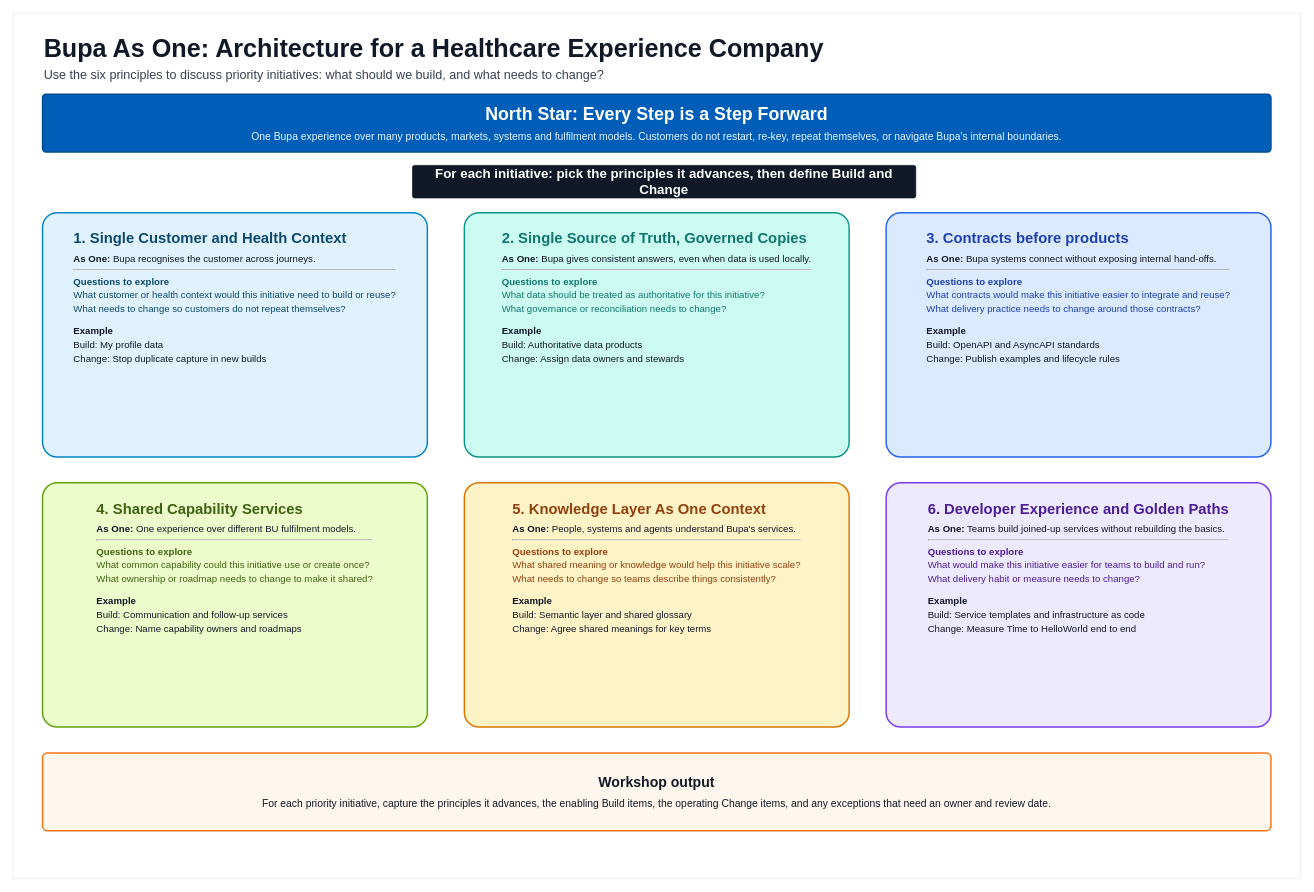
danielcjohnson/bupa-it-strategy-session-1 keeps this draw.io diagram as bupa-it-strategy-six-requirements-build-do-v5.drawio. Above is the earlier version. Source tidied: cells renumbered, new cells numbered last; positions are measured from the earlier drawing's top-left corner, leaving out a move shared by most shapes. Both pictures are drawn from the tidied source at 74%, with x=0, y=0 at pixel (13, 13).
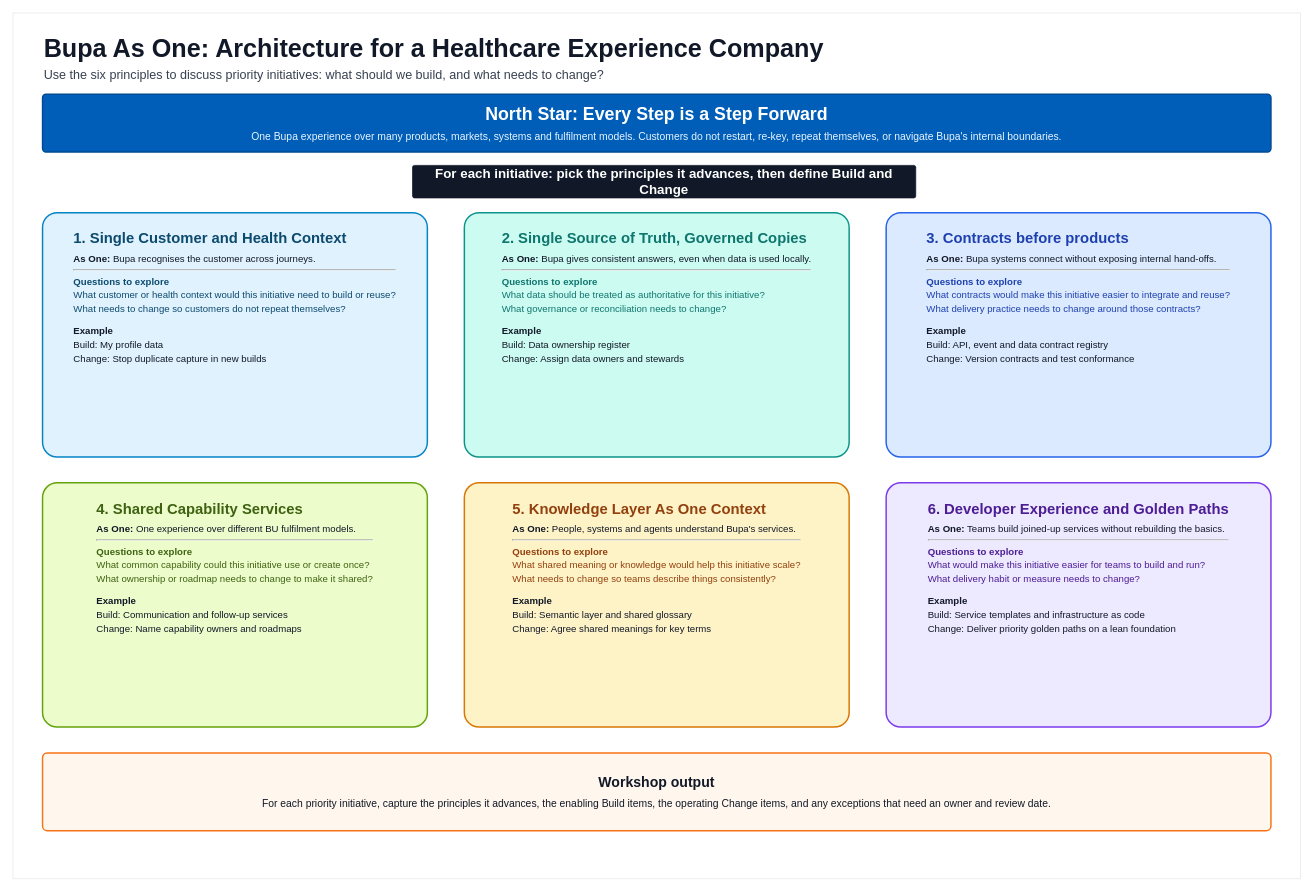
The same page after the edit.

Change to the diagram source:
```diff
@@
 <mxGraphModel>
   <root>
     <mxCell id="0" />
     <mxCell id="1" parent="0" />
     <mxCell id="2" style="rounded=0;whiteSpace=wrap;html=1;fillColor=#ffffff;strokeColor=#E5E7EB;strokeWidth=1;" parent="1" vertex="1">
       <mxGeometry width="1740" height="1170" as="geometry" />
     </mxCell>
     <mxCell id="3" value="&lt;div style=&quot;font-size: 34px; font-weight: 700; color: rgb(17, 24, 39);&quot;&gt;Bupa As One: Architecture for a Healthcare Experience Company&lt;/div&gt;&lt;div style=&quot;font-size: 17px; color: rgb(55, 65, 81); margin-top: 6px;&quot;&gt;Use the six principles to discuss priority initiatives: what should we build, and what needs to change?&lt;/div&gt;" style="text;html=1;strokeColor=none;fillColor=none;align=left;verticalAlign=middle;whiteSpace=wrap;rounded=0;" parent="1" vertex="1">
       <mxGeometry x="40" y="25" width="1250" height="72" as="geometry" />
     </mxCell>
     <mxCell id="4" value="&lt;div style=&quot;font-size: 24px; font-weight: 700; color: rgb(255,255,255);&quot;&gt;North Star: Every Step is a Step Forward&lt;/div&gt;&lt;div style=&quot;font-size: 14px; color: rgb(231,245,255); margin-top: 7px;&quot;&gt;One Bupa experience over many products, markets, systems and fulfilment models. Customers do not restart, re-key, repeat themselves, or navigate Bupa's internal boundaries.&lt;/div&gt;" style="rounded=1;whiteSpace=wrap;html=1;align=center;verticalAlign=middle;fillColor=#005EB8;strokeColor=#004B93;strokeWidth=2;arcSize=6;" parent="1" vertex="1">
       <mxGeometry x="40" y="110" width="1660" height="78" as="geometry" />
     </mxCell>
     <mxCell id="5" value="For each initiative: pick the principles it advances, then define Build and Change" style="rounded=1;whiteSpace=wrap;html=1;align=center;verticalAlign=middle;fontSize=18;fontStyle=1;fillColor=#111827;strokeColor=#111827;strokeWidth=1;fontColor=#FFFFFF;arcSize=6;" parent="1" vertex="1">
       <mxGeometry x="540" y="206" width="680" height="44" as="geometry" />
     </mxCell>
     <mxCell id="6" value="&lt;div style=&quot;font-size: 20px; font-weight: 700; color: rgb(12, 74, 110); text-align: left;&quot;&gt;1. Single Customer and Health Context&lt;/div&gt;&lt;div style=&quot;font-size: 13px; color: rgb(17, 24, 39); margin-top: 8px; text-align: left;&quot;&gt;&lt;b&gt;As One:&lt;/b&gt; Bupa recognises the customer across journeys.&lt;/div&gt;&lt;hr&gt;&lt;div style=&quot;font-size: 13px; color: rgb(12, 74, 110); text-align: left; line-height: 1.45;&quot;&gt;&lt;b&gt;Questions to explore&lt;/b&gt;&lt;br&gt;What customer or health context would this initiative need to build or reuse?&lt;br&gt;What needs to change so customers do not repeat themselves?&lt;/div&gt;&lt;div style=&quot;font-size: 13px; color: rgb(17, 24, 39); text-align: left; line-height: 1.45; margin-top: 10px;&quot;&gt;&lt;b&gt;Example&lt;/b&gt;&lt;br&gt;Build: My profile data&lt;br&gt;Change: Stop duplicate capture in new builds&lt;/div&gt;" style="rounded=1;whiteSpace=wrap;html=1;align=center;verticalAlign=top;fillColor=#E0F2FE;strokeColor=#0284C7;strokeWidth=2;fontColor=#0F172A;spacing=18;arcSize=6;" parent="1" vertex="1">
       <mxGeometry x="40" y="270" width="520" height="330" as="geometry" />
     </mxCell>
-    <mxCell id="7" value="&lt;div style=&quot;font-size: 20px; font-weight: 700; color: rgb(15, 118, 110); text-align: left;&quot;&gt;2. Single Source of Truth, Governed Copies&lt;/div&gt;&lt;div style=&quot;font-size: 13px; color: rgb(17, 24, 39); margin-top: 8px; text-align: left;&quot;&gt;&lt;b&gt;As One:&lt;/b&gt; Bupa gives consistent answers, even when data is used locally.&lt;/div&gt;&lt;hr&gt;&lt;div style=&quot;font-size: 13px; color: rgb(15, 118, 110); text-align: left; line-height: 1.45;&quot;&gt;&lt;b&gt;Questions to explore&lt;/b&gt;&lt;br&gt;What data should be treated as authoritative for this initiative?&lt;br&gt;What governance or reconciliation needs to change?&lt;/div&gt;&lt;div style=&quot;font-size: 13px; color: rgb(17, 24, 39); text-align: left; line-height: 1.45; margin-top: 10px;&quot;&gt;&lt;b&gt;Example&lt;/b&gt;&lt;br&gt;Build: Authoritative data products&lt;br&gt;Change: Assign data owners and stewards&lt;/div&gt;" style="rounded=1;whiteSpace=wrap;html=1;align=center;verticalAlign=top;fillColor=#CCFBF1;strokeColor=#0D9488;strokeWidth=2;fontColor=#0F172A;spacing=18;arcSize=6;" parent="1" vertex="1">
+    <mxCell id="7" value="&lt;div style=&quot;font-size: 20px; font-weight: 700; color: rgb(15, 118, 110); text-align: left;&quot;&gt;2. Single Source of Truth, Governed Copies&lt;/div&gt;&lt;div style=&quot;font-size: 13px; color: rgb(17, 24, 39); margin-top: 8px; text-align: left;&quot;&gt;&lt;b&gt;As One:&lt;/b&gt; Bupa gives consistent answers, even when data is used locally.&lt;/div&gt;&lt;hr&gt;&lt;div style=&quot;font-size: 13px; color: rgb(15, 118, 110); text-align: left; line-height: 1.45;&quot;&gt;&lt;b&gt;Questions to explore&lt;/b&gt;&lt;br&gt;What data should be treated as authoritative for this initiative?&lt;br&gt;What governance or reconciliation needs to change?&lt;/div&gt;&lt;div style=&quot;font-size: 13px; color: rgb(17, 24, 39); text-align: left; line-height: 1.45; margin-top: 10px;&quot;&gt;&lt;b&gt;Example&lt;/b&gt;&lt;br&gt;Build: Data ownership register&lt;br&gt;Change: Assign data owners and stewards&lt;/div&gt;" style="rounded=1;whiteSpace=wrap;html=1;align=center;verticalAlign=top;fillColor=#CCFBF1;strokeColor=#0D9488;strokeWidth=2;fontColor=#0F172A;spacing=18;arcSize=6;" parent="1" vertex="1">
       <mxGeometry x="610" y="270" width="520" height="330" as="geometry" />
     </mxCell>
-    <mxCell id="8" value="&lt;div style=&quot;font-size: 20px; font-weight: 700; color: rgb(30, 64, 175); text-align: left;&quot;&gt;3. Contracts before products&lt;/div&gt;&lt;div style=&quot;font-size: 13px; color: rgb(17, 24, 39); margin-top: 8px; text-align: left;&quot;&gt;&lt;b&gt;As One:&lt;/b&gt; Bupa systems connect without exposing internal hand-offs.&lt;/div&gt;&lt;hr&gt;&lt;div style=&quot;font-size: 13px; color: rgb(30, 64, 175); text-align: left; line-height: 1.45;&quot;&gt;&lt;b&gt;Questions to explore&lt;/b&gt;&lt;br&gt;What contracts would make this initiative easier to integrate and reuse?&lt;br&gt;What delivery practice needs to change around those contracts?&lt;/div&gt;&lt;div style=&quot;font-size: 13px; color: rgb(17, 24, 39); text-align: left; line-height: 1.45; margin-top: 10px;&quot;&gt;&lt;b&gt;Example&lt;/b&gt;&lt;br&gt;Build: OpenAPI and AsyncAPI standards&lt;br&gt;Change: Publish examples and lifecycle rules&lt;/div&gt;" style="rounded=1;whiteSpace=wrap;html=1;align=center;verticalAlign=top;fillColor=#DBEAFE;strokeColor=#2563EB;strokeWidth=2;fontColor=#0F172A;spacing=18;arcSize=6;" parent="1" vertex="1">
+    <mxCell id="8" value="&lt;div style=&quot;font-size: 20px; font-weight: 700; color: rgb(30, 64, 175); text-align: left;&quot;&gt;3. Contracts before products&lt;/div&gt;&lt;div style=&quot;font-size: 13px; color: rgb(17, 24, 39); margin-top: 8px; text-align: left;&quot;&gt;&lt;b&gt;As One:&lt;/b&gt; Bupa systems connect without exposing internal hand-offs.&lt;/div&gt;&lt;hr&gt;&lt;div style=&quot;font-size: 13px; color: rgb(30, 64, 175); text-align: left; line-height: 1.45;&quot;&gt;&lt;b&gt;Questions to explore&lt;/b&gt;&lt;br&gt;What contracts would make this initiative easier to integrate and reuse?&lt;br&gt;What delivery practice needs to change around those contracts?&lt;/div&gt;&lt;div style=&quot;font-size: 13px; color: rgb(17, 24, 39); text-align: left; line-height: 1.45; margin-top: 10px;&quot;&gt;&lt;b&gt;Example&lt;/b&gt;&lt;br&gt;Build: API, event and data contract registry&lt;br&gt;Change: Version contracts and test conformance&lt;/div&gt;" style="rounded=1;whiteSpace=wrap;html=1;align=center;verticalAlign=top;fillColor=#DBEAFE;strokeColor=#2563EB;strokeWidth=2;fontColor=#0F172A;spacing=18;arcSize=6;" parent="1" vertex="1">
       <mxGeometry x="1180" y="270" width="520" height="330" as="geometry" />
     </mxCell>
     <mxCell id="9" value="&lt;div style=&quot;font-size: 20px; font-weight: 700; color: rgb(63, 98, 18); text-align: left;&quot;&gt;4. Shared Capability Services&lt;/div&gt;&lt;div style=&quot;font-size: 13px; color: rgb(17, 24, 39); margin-top: 8px; text-align: left;&quot;&gt;&lt;b&gt;As One:&lt;/b&gt; One experience over different BU fulfilment models.&lt;/div&gt;&lt;hr&gt;&lt;div style=&quot;font-size: 13px; color: rgb(63, 98, 18); text-align: left; line-height: 1.45;&quot;&gt;&lt;b&gt;Questions to explore&lt;/b&gt;&lt;br&gt;What common capability could this initiative use or create once?&lt;br&gt;What ownership or roadmap needs to change to make it shared?&lt;/div&gt;&lt;div style=&quot;font-size: 13px; color: rgb(17, 24, 39); text-align: left; line-height: 1.45; margin-top: 10px;&quot;&gt;&lt;b&gt;Example&lt;/b&gt;&lt;br&gt;Build: Communication and follow-up services&lt;br&gt;Change: Name capability owners and roadmaps&lt;/div&gt;" style="rounded=1;whiteSpace=wrap;html=1;align=center;verticalAlign=top;fillColor=#ECFCCB;strokeColor=#65A30D;strokeWidth=2;fontColor=#0F172A;spacing=18;arcSize=6;" parent="1" vertex="1">
       <mxGeometry x="40" y="635" width="520" height="330" as="geometry" />
     </mxCell>
     <mxCell id="10" value="&lt;div style=&quot;font-size: 20px; font-weight: 700; color: rgb(146, 64, 14); text-align: left;&quot;&gt;5. Knowledge Layer As One Context&lt;/div&gt;&lt;div style=&quot;font-size: 13px; color: rgb(17, 24, 39); margin-top: 8px; text-align: left;&quot;&gt;&lt;b&gt;As One:&lt;/b&gt; People, systems and agents understand Bupa's services.&lt;/div&gt;&lt;hr&gt;&lt;div style=&quot;font-size: 13px; color: rgb(146, 64, 14); text-align: left; line-height: 1.45;&quot;&gt;&lt;b&gt;Questions to explore&lt;/b&gt;&lt;br&gt;What shared meaning or knowledge would help this initiative scale?&lt;br&gt;What needs to change so teams describe things consistently?&lt;/div&gt;&lt;div style=&quot;font-size: 13px; color: rgb(17, 24, 39); text-align: left; line-height: 1.45; margin-top: 10px;&quot;&gt;&lt;b&gt;Example&lt;/b&gt;&lt;br&gt;Build: Semantic layer and shared glossary&lt;br&gt;Change: Agree shared meanings for key terms&lt;/div&gt;" style="rounded=1;whiteSpace=wrap;html=1;align=center;verticalAlign=top;fillColor=#FEF3C7;strokeColor=#D97706;strokeWidth=2;fontColor=#0F172A;spacing=18;arcSize=6;" parent="1" vertex="1">
       <mxGeometry x="610" y="635" width="520" height="330" as="geometry" />
     </mxCell>
-    <mxCell id="11" value="&lt;div style=&quot;font-size: 20px; font-weight: 700; color: rgb(76, 29, 149); text-align: left;&quot;&gt;6. Developer Experience and Golden Paths&lt;/div&gt;&lt;div style=&quot;font-size: 13px; color: rgb(17, 24, 39); margin-top: 8px; text-align: left;&quot;&gt;&lt;b&gt;As One:&lt;/b&gt; Teams build joined-up services without rebuilding the basics.&lt;/div&gt;&lt;hr&gt;&lt;div style=&quot;font-size: 13px; color: rgb(76, 29, 149); text-align: left; line-height: 1.45;&quot;&gt;&lt;b&gt;Questions to explore&lt;/b&gt;&lt;br&gt;What would make this initiative easier for teams to build and run?&lt;br&gt;What delivery habit or measure needs to change?&lt;/div&gt;&lt;div style=&quot;font-size: 13px; color: rgb(17, 24, 39); text-align: left; line-height: 1.45; margin-top: 10px;&quot;&gt;&lt;b&gt;Example&lt;/b&gt;&lt;br&gt;Build: Service templates and infrastructure as code&lt;br&gt;Change: Measure Time to HelloWorld end to end&lt;/div&gt;" style="rounded=1;whiteSpace=wrap;html=1;align=center;verticalAlign=top;fillColor=#EDE9FE;strokeColor=#7C3AED;strokeWidth=2;fontColor=#0F172A;spacing=18;arcSize=6;" parent="1" vertex="1">
+    <mxCell id="11" value="&lt;div style=&quot;font-size: 20px; font-weight: 700; color: rgb(76, 29, 149); text-align: left;&quot;&gt;6. Developer Experience and Golden Paths&lt;/div&gt;&lt;div style=&quot;font-size: 13px; color: rgb(17, 24, 39); margin-top: 8px; text-align: left;&quot;&gt;&lt;b&gt;As One:&lt;/b&gt; Teams build joined-up services without rebuilding the basics.&lt;/div&gt;&lt;hr&gt;&lt;div style=&quot;font-size: 13px; color: rgb(76, 29, 149); text-align: left; line-height: 1.45;&quot;&gt;&lt;b&gt;Questions to explore&lt;/b&gt;&lt;br&gt;What would make this initiative easier for teams to build and run?&lt;br&gt;What delivery habit or measure needs to change?&lt;/div&gt;&lt;div style=&quot;font-size: 13px; color: rgb(17, 24, 39); text-align: left; line-height: 1.45; margin-top: 10px;&quot;&gt;&lt;b&gt;Example&lt;/b&gt;&lt;br&gt;Build: Service templates and infrastructure as code&lt;br&gt;Change: Deliver priority golden paths on a lean foundation&lt;/div&gt;" style="rounded=1;whiteSpace=wrap;html=1;align=center;verticalAlign=top;fillColor=#EDE9FE;strokeColor=#7C3AED;strokeWidth=2;fontColor=#0F172A;spacing=18;arcSize=6;" parent="1" vertex="1">
       <mxGeometry x="1180" y="635" width="520" height="330" as="geometry" />
     </mxCell>
     <mxCell id="12" value="&lt;div style=&quot;font-size: 19px; font-weight: 700; color: rgb(17, 24, 39);&quot;&gt;Workshop output&lt;/div&gt;&lt;div style=&quot;font-size: 14px; color: rgb(17, 24, 39); margin-top: 8px;&quot;&gt;For each priority initiative, capture the principles it advances, the enabling Build items, the operating Change items, and any exceptions that need an owner and review date.&lt;/div&gt;" style="rounded=1;whiteSpace=wrap;html=1;align=center;verticalAlign=middle;fillColor=#FFF7ED;strokeColor=#F97316;strokeWidth=2;arcSize=6;" parent="1" vertex="1">
       <mxGeometry x="40" y="1000" width="1660" height="105" as="geometry" />
     </mxCell>
   </root>
 </mxGraphModel>
```
